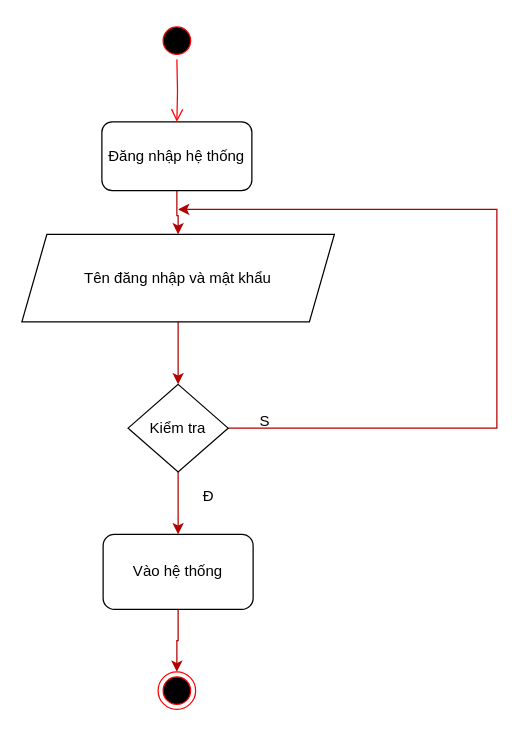
Before: 7/5.drawio in nmduc99/Draw, a draw.io diagram. Source tidied: cells renumbered, new cells numbered last; positions are measured from the earlier drawing's top-left corner, leaving out a move shared by most shapes. Both pictures are drawn from the tidied source at 125%, with x=0, y=0 at pixel (21, 21).
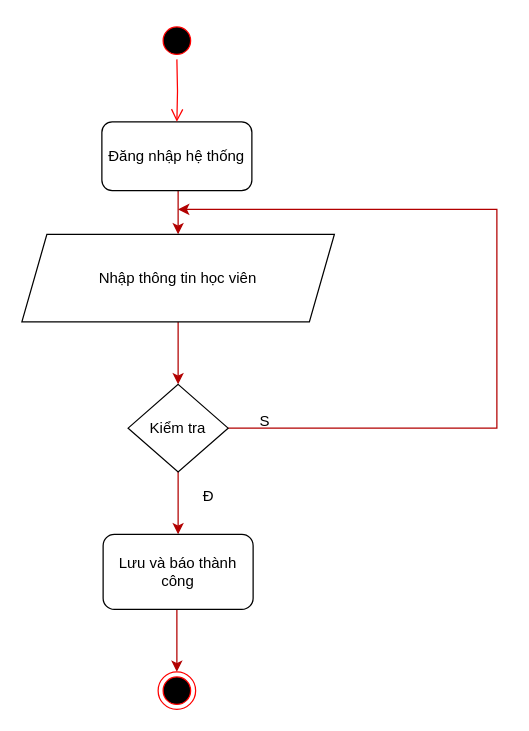
Above is the later version.

Unchanged cells that the change refers to:
```xml
<mxCell id="3" value="Đăng nhập hệ thống" style="rounded=1;whiteSpace=wrap;html=1;" parent="1" vertex="1">
  <mxGeometry x="64" y="80" width="120" height="55" as="geometry" />
</mxCell>
<mxCell id="13" style="ellipse;html=1;shape=endState;fillColor=#000000;strokeColor=#ff0000;" parent="1" vertex="1">
  <mxGeometry x="109" y="520" width="30" height="30" as="geometry" />
</mxCell>
```

What changed in the source:
```diff
@@
     <mxCell id="2" style="edgeStyle=orthogonalEdgeStyle;rounded=0;jettySize=auto;html=1;fillColor=#e51400;strokeColor=#B20000;" parent="1" edge="1" source="3" target="5">
-      <mxGeometry relative="1" as="geometry" />
+      <mxGeometry relative="1" as="geometry">
+        <Array as="points">
+          <mxPoint x="125" y="155" />
+          <mxPoint x="125" y="155" />
+        </Array>
+      </mxGeometry>
     </mxCell>
@@
-    <mxCell id="5" value="Tên đăng nhập và mật khẩu" style="shape=parallelogram;perimeter=parallelogramPerimeter;whiteSpace=wrap;html=1;fixedSize=1;" parent="1" vertex="1">
+    <mxCell id="5" value="Nhập thông tin học viên" style="shape=parallelogram;perimeter=parallelogramPerimeter;whiteSpace=wrap;html=1;fixedSize=1;" parent="1" vertex="1">
       <mxGeometry y="170" width="250" height="70" as="geometry" />
     </mxCell>
@@
     <mxCell id="9" style="edgeStyle=orthogonalEdgeStyle;rounded=0;jettySize=auto;html=1;exitX=0.5;exitY=1;exitDx=0;exitDy=0;fillColor=#e51400;strokeColor=#B20000;" parent="1" edge="1" source="10" target="13">
-      <mxGeometry relative="1" as="geometry" />
+      <mxGeometry relative="1" as="geometry">
+        <Array as="points">
+          <mxPoint x="124" y="470" />
+        </Array>
+      </mxGeometry>
     </mxCell>
-    <mxCell id="10" value="Vào hệ thống" style="rounded=1;whiteSpace=wrap;html=1;" parent="1" vertex="1">
+    <mxCell id="10" value="Lưu và báo thành công" style="rounded=1;whiteSpace=wrap;html=1;" parent="1" vertex="1">
       <mxGeometry x="65" y="410" width="120" height="60" as="geometry" />
     </mxCell>
```
